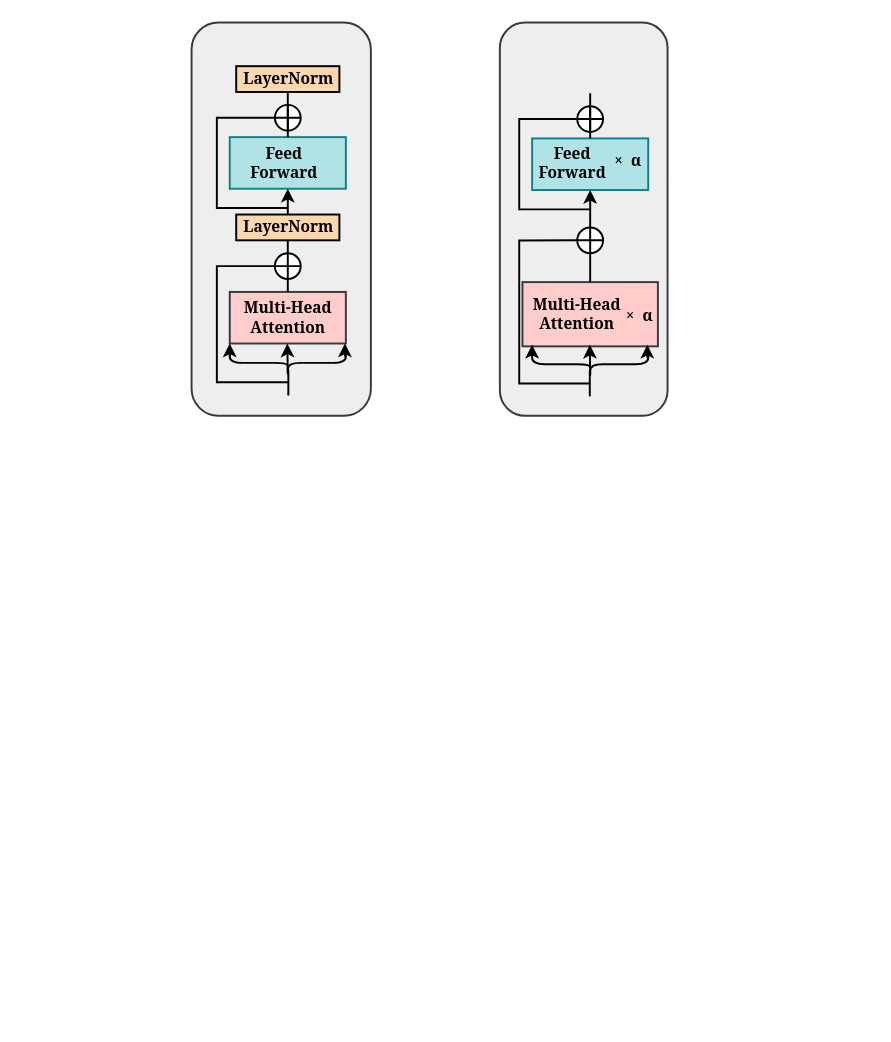
Above: page "过程" (6 of 6) of mypaper_model.drawio in 628014/628014.github.io (draw.io), before the change. Source tidied: cells renumbered, new cells numbered last; positions are measured from the earlier drawing's top-left corner, leaving out a move shared by most shapes. Both pictures are drawn from the tidied source at 129%, with x=0, y=0 at pixel (191, 22).
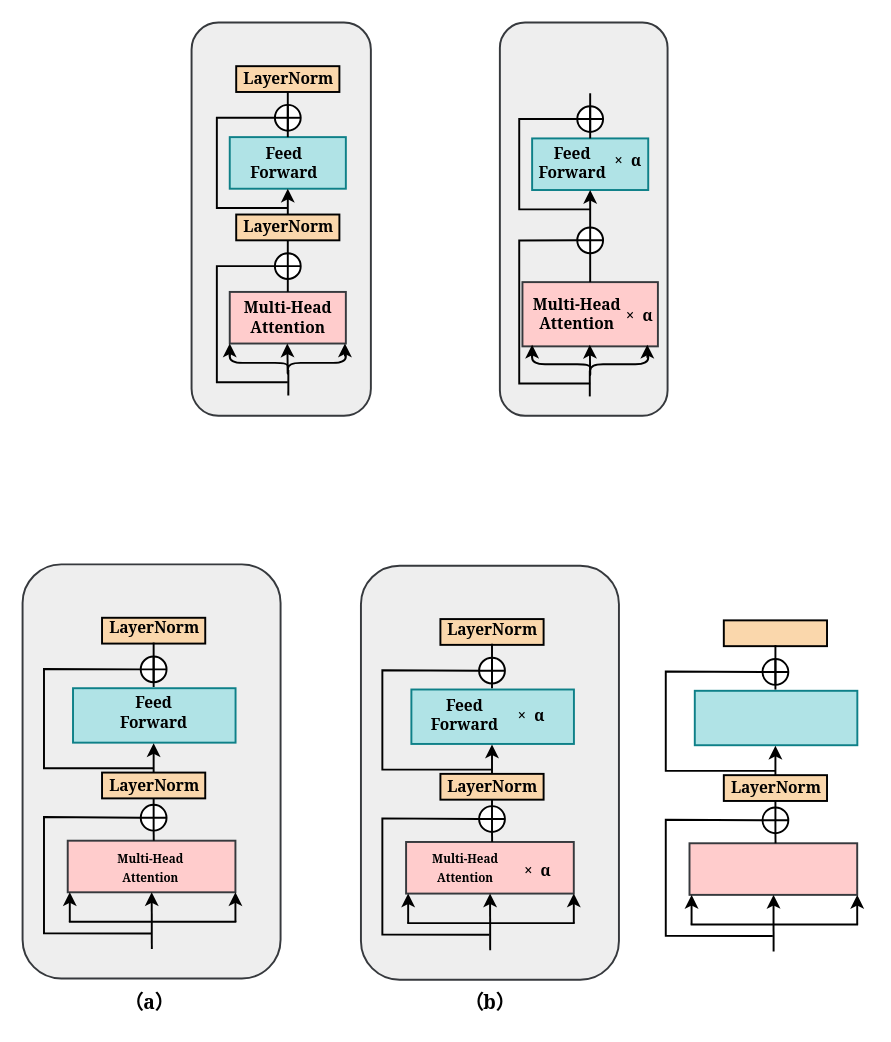
The same page after the edit.

Diff of the diagram source:
```diff
@@
+    <mxCell id="46" style="rounded=0;whiteSpace=wrap;html=1;fontFamily=Georgia;strokeWidth=1.5;fontStyle=1;fillColor=#FAD7AC;" parent="1" vertex="1">
+      <mxGeometry x="412.6" y="463.4" width="80" height="20" as="geometry" />
+    </mxCell>
+    <mxCell id="47" style="rounded=0;whiteSpace=wrap;html=1;fontFamily=Georgia;strokeWidth=1.5;fillColor=#ffcccc;strokeColor=#36393d;fontStyle=1;" parent="1" vertex="1">
+      <mxGeometry x="386" y="636.2" width="130" height="40" as="geometry" />
+    </mxCell>
+    <mxCell id="48" style="rounded=0;whiteSpace=wrap;html=1;fontFamily=Georgia;strokeWidth=1.5;fillColor=#b0e3e6;strokeColor=#0e8088;fontStyle=1;" parent="1" vertex="1">
+      <mxGeometry x="390.1" y="518" width="126" height="42.2" as="geometry" />
+    </mxCell>
+    <mxCell id="49" style="edgeStyle=orthogonalEdgeStyle;jettySize=auto;html=1;rounded=0;exitX=0.145;exitY=0.145;exitDx=0;exitDy=0;exitPerimeter=0;fontFamily=Georgia;strokeWidth=1.5;fontStyle=1;" parent="1" edge="1" source="50">
+      <mxGeometry relative="1" as="geometry">
+        <mxPoint x="452.6" y="560.6" as="targetPoint" />
+      </mxGeometry>
+    </mxCell>
+    <mxCell id="50" style="verticalLabelPosition=bottom;verticalAlign=top;html=1;shape=mxgraph.flowchart.or;rotation=45;fontFamily=Georgia;strokeWidth=1.5;fontStyle=1;" parent="1" vertex="1">
+      <mxGeometry x="442.6" y="608.4" width="20" height="20" as="geometry" />
+    </mxCell>
+    <mxCell id="51" style="rounded=0;whiteSpace=wrap;html=1;fontFamily=Georgia;strokeWidth=1.5;fontStyle=1;fillColor=#FAD7AC;" parent="1" vertex="1">
+      <mxGeometry x="412.6" y="583.4" width="80" height="20" as="geometry" />
+    </mxCell>
+    <mxCell id="52" style="endArrow=none;html=1;rounded=0;startArrow=none;fontFamily=Georgia;strokeWidth=1.5;fontStyle=1;" parent="1" edge="1">
+      <mxGeometry relative="1" as="geometry">
+        <mxPoint x="467.6" y="697.9" as="sourcePoint" />
+        <mxPoint x="467.6" y="697.9" as="targetPoint" />
+      </mxGeometry>
+    </mxCell>
+    <mxCell id="53" style="endArrow=none;html=1;rounded=0;fontFamily=Georgia;strokeWidth=1.5;fontStyle=1;" parent="1" edge="1">
+      <mxGeometry relative="1" as="geometry">
+        <mxPoint x="377.6" y="697.9" as="sourcePoint" />
+        <mxPoint x="377.6" y="697.9" as="targetPoint" />
+      </mxGeometry>
+    </mxCell>
+    <mxCell id="54" style="endArrow=none;html=1;rounded=0;exitX=0.145;exitY=0.855;exitDx=0;exitDy=0;exitPerimeter=0;fontFamily=Georgia;strokeWidth=1.5;fontStyle=1;" parent="1" edge="1" source="50">
+      <mxGeometry relative="1" as="geometry">
+        <mxPoint x="450.6" y="708.1" as="targetPoint" />
+        <Array as="points">
+          <mxPoint x="367.6" y="617.9" />
+          <mxPoint x="367.6" y="707.9" />
+        </Array>
+      </mxGeometry>
+    </mxCell>
+    <mxCell id="55" style="endArrow=none;html=1;shadow=0;curved=1;jumpStyle=line;exitX=0.282;exitY=-0.013;exitDx=0;exitDy=0;entryX=0.855;entryY=0.855;entryDx=0;entryDy=0;entryPerimeter=0;fontFamily=Georgia;strokeWidth=1.5;fontStyle=1;exitPerimeter=0;" parent="1" edge="1" target="50">
+      <mxGeometry relative="1" as="geometry">
+        <mxPoint x="452.7" y="636.2" as="sourcePoint" />
+      </mxGeometry>
+    </mxCell>
+    <mxCell id="56" style="verticalLabelPosition=bottom;verticalAlign=top;html=1;shape=mxgraph.flowchart.or;rotation=45;fontFamily=Georgia;strokeWidth=1.5;fontStyle=1;" parent="1" vertex="1">
+      <mxGeometry x="442.6" y="493.4" width="20" height="20" as="geometry" />
+    </mxCell>
+    <mxCell id="57" style="endArrow=none;html=1;shadow=0;curved=1;jumpStyle=line;entryX=0.5;entryY=1;entryDx=0;entryDy=0;fontFamily=Georgia;strokeWidth=1.5;fontStyle=1;exitX=0.496;exitY=-0.022;exitDx=0;exitDy=0;exitPerimeter=0;" parent="1" edge="1" source="48">
+      <mxGeometry relative="1" as="geometry">
+        <mxPoint x="452.6" y="482.6" as="targetPoint" />
+      </mxGeometry>
+    </mxCell>
+    <mxCell id="58" value="&lt;font style=&quot;font-size: 15px;&quot;&gt;&lt;b&gt;（a）&lt;/b&gt;&lt;/font&gt;" style="text;html=1;strokeColor=none;fillColor=none;align=center;verticalAlign=middle;whiteSpace=wrap;rounded=0;fontFamily=Georgia;fontSize=10;fontColor=#000000;" parent="1" vertex="1">
+      <mxGeometry x="-81.6" y="743" width="99.4" height="30" as="geometry" />
+    </mxCell>
+    <mxCell id="59" value="&lt;font style=&quot;font-size: 15px;&quot;&gt;&lt;b&gt;（b）&lt;/b&gt;&lt;/font&gt;" style="text;html=1;strokeColor=none;fillColor=none;align=center;verticalAlign=middle;whiteSpace=wrap;rounded=0;fontFamily=Georgia;fontSize=10;fontColor=#000000;" parent="1" vertex="1">
+      <mxGeometry x="181.6" y="743" width="99.4" height="30" as="geometry" />
+    </mxCell>
+    <mxCell id="60" value="LayerNorm" style="text;html=1;align=center;verticalAlign=middle;strokeColor=none;fillColor=none;fontFamily=Georgia;strokeWidth=1.5;fontStyle=1;" parent="1" vertex="1">
+      <mxGeometry x="410.6" y="585.4" width="85" height="18" as="geometry" />
+    </mxCell>
+    <mxCell id="61" style="endArrow=classic;html=1;rounded=0;exitX=0.1;exitY=0.5;exitDx=0;exitDy=0;exitPerimeter=0;fontFamily=Georgia;strokeWidth=1.5;fontStyle=1;" parent="1" edge="1">
+      <mxGeometry relative="1" as="geometry">
+        <mxPoint x="387.6" y="699.2" as="sourcePoint" />
+        <mxPoint x="387.6" y="676.2" as="targetPoint" />
+      </mxGeometry>
+    </mxCell>
+    <mxCell id="62" style="endArrow=none;html=1;rounded=0;fontFamily=Georgia;strokeWidth=1.5;fontStyle=1;" parent="1" edge="1">
+      <mxGeometry relative="1" as="geometry">
+        <mxPoint x="516.7" y="699.1" as="sourcePoint" />
+        <mxPoint x="386.9" y="699.1" as="targetPoint" />
+      </mxGeometry>
+    </mxCell>
+    <mxCell id="63" style="endArrow=classic;html=1;rounded=0;fontFamily=Georgia;strokeWidth=1.5;fontStyle=1;" parent="1" edge="1">
+      <mxGeometry relative="1" as="geometry">
+        <mxPoint x="451.2" y="720.1" as="sourcePoint" />
+        <mxPoint x="451.1" y="676.2" as="targetPoint" />
+      </mxGeometry>
+    </mxCell>
+    <mxCell id="64" style="endArrow=classic;html=1;rounded=0;exitX=0.1;exitY=0.5;exitDx=0;exitDy=0;exitPerimeter=0;fontFamily=Georgia;strokeWidth=1.5;fontStyle=1;" parent="1" edge="1">
+      <mxGeometry relative="1" as="geometry">
+        <mxPoint x="516" y="699.2" as="sourcePoint" />
+        <mxPoint x="516" y="676.2" as="targetPoint" />
+      </mxGeometry>
+    </mxCell>
+    <mxCell id="65" style="endArrow=none;html=1;rounded=0;exitX=0.145;exitY=0.855;exitDx=0;exitDy=0;exitPerimeter=0;fontFamily=Georgia;strokeWidth=1.5;fontStyle=1;" parent="1" edge="1" source="56">
+      <mxGeometry relative="1" as="geometry">
+        <mxPoint x="452.6" y="580.1" as="targetPoint" />
+        <Array as="points">
+          <mxPoint x="367.6" y="503.1" />
+          <mxPoint x="367.6" y="580.1" />
+        </Array>
+      </mxGeometry>
+    </mxCell>
+    <mxCell id="66" style="rounded=1;whiteSpace=wrap;html=1;fontFamily=Georgia;fontSize=10;strokeWidth=1.5;fillColor=#eeeeee;strokeColor=#36393d;fontStyle=1;" parent="1" vertex="1">
+      <mxGeometry x="-131" y="420" width="200" height="321" as="geometry" />
+    </mxCell>
+    <mxCell id="67" style="rounded=0;whiteSpace=wrap;html=1;fontFamily=Georgia;strokeWidth=1.5;fontStyle=1;fillColor=#FAD7AC;" parent="1" vertex="1">
+      <mxGeometry x="-69.4" y="461.4" width="80" height="20" as="geometry" />
+    </mxCell>
+    <mxCell id="68" style="rounded=0;whiteSpace=wrap;html=1;fontFamily=Georgia;strokeWidth=1.5;fillColor=#ffcccc;strokeColor=#36393d;fontStyle=1;" parent="1" vertex="1">
+      <mxGeometry x="-96" y="634.2" width="130" height="40" as="geometry" />
+    </mxCell>
+    <mxCell id="69" style="rounded=0;whiteSpace=wrap;html=1;fontFamily=Georgia;strokeWidth=1.5;fillColor=#b0e3e6;strokeColor=#0e8088;fontStyle=1;" parent="1" vertex="1">
+      <mxGeometry x="-91.9" y="516" width="126" height="42.2" as="geometry" />
+    </mxCell>
+    <mxCell id="70" style="edgeStyle=orthogonalEdgeStyle;jettySize=auto;html=1;rounded=0;exitX=0.145;exitY=0.145;exitDx=0;exitDy=0;exitPerimeter=0;fontFamily=Georgia;strokeWidth=1.5;fontStyle=1;" parent="1" edge="1" source="71">
+      <mxGeometry relative="1" as="geometry">
+        <mxPoint x="-29.4" y="558.6" as="targetPoint" />
+      </mxGeometry>
+    </mxCell>
+    <mxCell id="71" style="verticalLabelPosition=bottom;verticalAlign=top;html=1;shape=mxgraph.flowchart.or;rotation=45;fontFamily=Georgia;strokeWidth=1.5;fontStyle=1;" parent="1" vertex="1">
+      <mxGeometry x="-39.4" y="606.4" width="20" height="20" as="geometry" />
+    </mxCell>
+    <mxCell id="72" style="rounded=0;whiteSpace=wrap;html=1;fontFamily=Georgia;strokeWidth=1.5;fontStyle=1;fillColor=#FAD7AC;" parent="1" vertex="1">
+      <mxGeometry x="-69.4" y="581.4" width="80" height="20" as="geometry" />
+    </mxCell>
+    <mxCell id="73" style="endArrow=none;html=1;rounded=0;startArrow=none;fontFamily=Georgia;strokeWidth=1.5;fontStyle=1;" parent="1" edge="1">
+      <mxGeometry relative="1" as="geometry">
+        <mxPoint x="-14.4" y="695.9" as="sourcePoint" />
+        <mxPoint x="-14.4" y="695.9" as="targetPoint" />
+      </mxGeometry>
+    </mxCell>
+    <mxCell id="74" style="endArrow=none;html=1;rounded=0;fontFamily=Georgia;strokeWidth=1.5;fontStyle=1;" parent="1" edge="1">
+      <mxGeometry relative="1" as="geometry">
+        <mxPoint x="-104.4" y="695.9" as="sourcePoint" />
+        <mxPoint x="-104.4" y="695.9" as="targetPoint" />
+      </mxGeometry>
+    </mxCell>
+    <mxCell id="75" style="endArrow=none;html=1;rounded=0;exitX=0.145;exitY=0.855;exitDx=0;exitDy=0;exitPerimeter=0;fontFamily=Georgia;strokeWidth=1.5;fontStyle=1;" parent="1" edge="1" source="71">
+      <mxGeometry relative="1" as="geometry">
+        <mxPoint x="-31.4" y="706.1" as="targetPoint" />
+        <Array as="points">
+          <mxPoint x="-114.4" y="615.9" />
+          <mxPoint x="-114.4" y="705.9" />
+        </Array>
+      </mxGeometry>
+    </mxCell>
+    <mxCell id="76" style="endArrow=none;html=1;shadow=0;curved=1;jumpStyle=line;exitX=0.282;exitY=-0.013;exitDx=0;exitDy=0;entryX=0.855;entryY=0.855;entryDx=0;entryDy=0;entryPerimeter=0;fontFamily=Georgia;strokeWidth=1.5;fontStyle=1;exitPerimeter=0;" parent="1" edge="1" target="71">
+      <mxGeometry relative="1" as="geometry">
+        <mxPoint x="-29.3" y="634.2" as="sourcePoint" />
+      </mxGeometry>
+    </mxCell>
+    <mxCell id="77" style="verticalLabelPosition=bottom;verticalAlign=top;html=1;shape=mxgraph.flowchart.or;rotation=45;fontFamily=Georgia;strokeWidth=1.5;fontStyle=1;" parent="1" vertex="1">
+      <mxGeometry x="-39.4" y="491.4" width="20" height="20" as="geometry" />
+    </mxCell>
+    <mxCell id="78" style="endArrow=none;html=1;shadow=0;curved=1;jumpStyle=line;entryX=0.5;entryY=1;entryDx=0;entryDy=0;fontFamily=Georgia;strokeWidth=1.5;fontStyle=1;exitX=0.496;exitY=-0.022;exitDx=0;exitDy=0;exitPerimeter=0;" parent="1" edge="1" source="69">
+      <mxGeometry relative="1" as="geometry">
+        <mxPoint x="-29.4" y="480.6" as="targetPoint" />
+      </mxGeometry>
+    </mxCell>
+    <mxCell id="79" value="&lt;font style=&quot;font-size: 9px;&quot;&gt;Multi-Head Attention&lt;/font&gt;" style="text;html=1;strokeColor=none;fillColor=none;align=center;verticalAlign=middle;whiteSpace=wrap;rounded=0;fontFamily=Georgia;strokeWidth=1.5;fontStyle=1;" parent="1" vertex="1">
+      <mxGeometry x="-71.4" y="645.4" width="79" height="20" as="geometry" />
+    </mxCell>
+    <mxCell id="80" value="Feed Forward" style="text;html=1;strokeColor=none;fillColor=none;align=center;verticalAlign=middle;whiteSpace=wrap;rounded=0;fontFamily=Georgia;strokeWidth=1.5;fontStyle=1;" parent="1" vertex="1">
+      <mxGeometry x="-54.4" y="524.4" width="50" height="20.8" as="geometry" />
+    </mxCell>
+    <mxCell id="81" value="LayerNorm" style="text;html=1;align=center;verticalAlign=middle;strokeColor=none;fillColor=none;fontFamily=Georgia;strokeWidth=1.5;fontStyle=1;" parent="1" vertex="1">
+      <mxGeometry x="-71.9" y="461.4" width="85" height="18" as="geometry" />
+    </mxCell>
+    <mxCell id="82" value="LayerNorm" style="text;html=1;align=center;verticalAlign=middle;strokeColor=none;fillColor=none;fontFamily=Georgia;strokeWidth=1.5;fontStyle=1;" parent="1" vertex="1">
+      <mxGeometry x="-71.4" y="583.4" width="85" height="18" as="geometry" />
+    </mxCell>
+    <mxCell id="83" style="endArrow=classic;html=1;rounded=0;exitX=0.1;exitY=0.5;exitDx=0;exitDy=0;exitPerimeter=0;fontFamily=Georgia;strokeWidth=1.5;fontStyle=1;" parent="1" edge="1">
+      <mxGeometry relative="1" as="geometry">
+        <mxPoint x="-94.4" y="697.2" as="sourcePoint" />
+        <mxPoint x="-94.4" y="674.2" as="targetPoint" />
+      </mxGeometry>
+    </mxCell>
+    <mxCell id="84" style="endArrow=none;html=1;rounded=0;fontFamily=Georgia;strokeWidth=1.5;fontStyle=1;" parent="1" edge="1">
+      <mxGeometry relative="1" as="geometry">
+        <mxPoint x="34.7" y="697.1" as="sourcePoint" />
+        <mxPoint x="-95.1" y="697.1" as="targetPoint" />
+      </mxGeometry>
+    </mxCell>
+    <mxCell id="85" style="endArrow=classic;html=1;rounded=0;fontFamily=Georgia;strokeWidth=1.5;fontStyle=1;" parent="1" edge="1">
+      <mxGeometry relative="1" as="geometry">
+        <mxPoint x="-30.8" y="718.1" as="sourcePoint" />
+        <mxPoint x="-30.9" y="674.2" as="targetPoint" />
+      </mxGeometry>
+    </mxCell>
+    <mxCell id="86" style="endArrow=classic;html=1;rounded=0;exitX=0.1;exitY=0.5;exitDx=0;exitDy=0;exitPerimeter=0;fontFamily=Georgia;strokeWidth=1.5;fontStyle=1;" parent="1" edge="1">
+      <mxGeometry relative="1" as="geometry">
+        <mxPoint x="34" y="697.2" as="sourcePoint" />
+        <mxPoint x="34" y="674.2" as="targetPoint" />
+      </mxGeometry>
+    </mxCell>
+    <mxCell id="87" style="endArrow=none;html=1;rounded=0;exitX=0.145;exitY=0.855;exitDx=0;exitDy=0;exitPerimeter=0;fontFamily=Georgia;strokeWidth=1.5;fontStyle=1;" parent="1" edge="1" source="77">
+      <mxGeometry relative="1" as="geometry">
+        <mxPoint x="-29.4" y="578.1" as="targetPoint" />
+        <Array as="points">
+          <mxPoint x="-114.4" y="501.1" />
+          <mxPoint x="-114.4" y="578.1" />
+        </Array>
+      </mxGeometry>
+    </mxCell>
+    <mxCell id="88" style="rounded=1;whiteSpace=wrap;html=1;fontFamily=Georgia;fontSize=10;strokeWidth=1.5;fillColor=#eeeeee;strokeColor=#36393d;fontStyle=1;" parent="1" vertex="1">
+      <mxGeometry x="131.3" y="421" width="200" height="321" as="geometry" />
+    </mxCell>
+    <mxCell id="89" style="rounded=0;whiteSpace=wrap;html=1;fontFamily=Georgia;strokeWidth=1.5;fontStyle=1;fillColor=#FAD7AC;" parent="1" vertex="1">
+      <mxGeometry x="192.9" y="462.4" width="80" height="20" as="geometry" />
+    </mxCell>
+    <mxCell id="90" style="rounded=0;whiteSpace=wrap;html=1;fontFamily=Georgia;strokeWidth=1.5;fillColor=#ffcccc;strokeColor=#36393d;fontStyle=1;" parent="1" vertex="1">
+      <mxGeometry x="166.3" y="635.2" width="130" height="40" as="geometry" />
+    </mxCell>
+    <mxCell id="91" style="rounded=0;whiteSpace=wrap;html=1;fontFamily=Georgia;strokeWidth=1.5;fillColor=#b0e3e6;strokeColor=#0e8088;fontStyle=1;" parent="1" vertex="1">
+      <mxGeometry x="170.4" y="517" width="126" height="42.2" as="geometry" />
+    </mxCell>
+    <mxCell id="92" style="edgeStyle=orthogonalEdgeStyle;jettySize=auto;html=1;rounded=0;exitX=0.145;exitY=0.145;exitDx=0;exitDy=0;exitPerimeter=0;fontFamily=Georgia;strokeWidth=1.5;fontStyle=1;" parent="1" edge="1" source="93">
+      <mxGeometry relative="1" as="geometry">
+        <mxPoint x="232.9" y="559.6" as="targetPoint" />
+      </mxGeometry>
+    </mxCell>
+    <mxCell id="93" style="verticalLabelPosition=bottom;verticalAlign=top;html=1;shape=mxgraph.flowchart.or;rotation=45;fontFamily=Georgia;strokeWidth=1.5;fontStyle=1;" parent="1" vertex="1">
+      <mxGeometry x="222.9" y="607.4" width="20" height="20" as="geometry" />
+    </mxCell>
+    <mxCell id="94" style="rounded=0;whiteSpace=wrap;html=1;fontFamily=Georgia;strokeWidth=1.5;fontStyle=1;fillColor=#FAD7AC;" parent="1" vertex="1">
+      <mxGeometry x="192.9" y="582.4" width="80" height="20" as="geometry" />
+    </mxCell>
+    <mxCell id="95" style="endArrow=none;html=1;rounded=0;startArrow=none;fontFamily=Georgia;strokeWidth=1.5;fontStyle=1;" parent="1" edge="1">
+      <mxGeometry relative="1" as="geometry">
+        <mxPoint x="247.9" y="696.9" as="sourcePoint" />
+        <mxPoint x="247.9" y="696.9" as="targetPoint" />
+      </mxGeometry>
+    </mxCell>
+    <mxCell id="96" style="endArrow=none;html=1;rounded=0;fontFamily=Georgia;strokeWidth=1.5;fontStyle=1;" parent="1" edge="1">
+      <mxGeometry relative="1" as="geometry">
+        <mxPoint x="157.9" y="696.9" as="sourcePoint" />
+        <mxPoint x="157.9" y="696.9" as="targetPoint" />
+      </mxGeometry>
+    </mxCell>
+    <mxCell id="97" style="endArrow=none;html=1;rounded=0;exitX=0.145;exitY=0.855;exitDx=0;exitDy=0;exitPerimeter=0;fontFamily=Georgia;strokeWidth=1.5;fontStyle=1;" parent="1" edge="1" source="93">
+      <mxGeometry relative="1" as="geometry">
+        <mxPoint x="230.9" y="707.1" as="targetPoint" />
+        <Array as="points">
+          <mxPoint x="147.9" y="616.9" />
+          <mxPoint x="147.9" y="706.9" />
+        </Array>
+      </mxGeometry>
+    </mxCell>
+    <mxCell id="98" style="endArrow=none;html=1;shadow=0;curved=1;jumpStyle=line;exitX=0.282;exitY=-0.013;exitDx=0;exitDy=0;entryX=0.855;entryY=0.855;entryDx=0;entryDy=0;entryPerimeter=0;fontFamily=Georgia;strokeWidth=1.5;fontStyle=1;exitPerimeter=0;" parent="1" edge="1" target="93">
+      <mxGeometry relative="1" as="geometry">
+        <mxPoint x="233" y="635.2" as="sourcePoint" />
+      </mxGeometry>
+    </mxCell>
+    <mxCell id="99" style="verticalLabelPosition=bottom;verticalAlign=top;html=1;shape=mxgraph.flowchart.or;rotation=45;fontFamily=Georgia;strokeWidth=1.5;fontStyle=1;" parent="1" vertex="1">
+      <mxGeometry x="222.9" y="492.4" width="20" height="20" as="geometry" />
+    </mxCell>
+    <mxCell id="100" style="endArrow=none;html=1;shadow=0;curved=1;jumpStyle=line;entryX=0.5;entryY=1;entryDx=0;entryDy=0;fontFamily=Georgia;strokeWidth=1.5;fontStyle=1;exitX=0.496;exitY=-0.022;exitDx=0;exitDy=0;exitPerimeter=0;" parent="1" edge="1" source="91">
+      <mxGeometry relative="1" as="geometry">
+        <mxPoint x="232.9" y="481.6" as="targetPoint" />
+      </mxGeometry>
+    </mxCell>
+    <mxCell id="101" value="&lt;font style=&quot;font-size: 9px;&quot;&gt;Multi-Head Attention&lt;/font&gt;" style="text;html=1;strokeColor=none;fillColor=none;align=center;verticalAlign=middle;whiteSpace=wrap;rounded=0;fontFamily=Georgia;strokeWidth=1.5;fontStyle=1;" parent="1" vertex="1">
+      <mxGeometry x="173.4" y="645.2" width="79" height="20" as="geometry" />
+    </mxCell>
+    <mxCell id="102" value="Feed Forward" style="text;html=1;strokeColor=none;fillColor=none;align=center;verticalAlign=middle;whiteSpace=wrap;rounded=0;fontFamily=Georgia;strokeWidth=1.5;fontStyle=1;" parent="1" vertex="1">
+      <mxGeometry x="186.9" y="526.4" width="50" height="20.8" as="geometry" />
+    </mxCell>
+    <mxCell id="103" value="&lt;i&gt;×&lt;/i&gt;&amp;nbsp;&amp;nbsp;α" style="text;html=1;strokeColor=none;fillColor=none;align=center;verticalAlign=middle;whiteSpace=wrap;rounded=0;fontFamily=Georgia;strokeWidth=1.5;fontStyle=1;" parent="1" vertex="1">
+      <mxGeometry x="252.4" y="525.9" width="23" height="24.5" as="geometry" />
+    </mxCell>
+    <mxCell id="104" value="&lt;i&gt;×&lt;/i&gt;&amp;nbsp;&amp;nbsp;α" style="text;html=1;strokeColor=none;fillColor=none;align=center;verticalAlign=middle;whiteSpace=wrap;rounded=0;fontFamily=Georgia;strokeWidth=1.5;fontStyle=1;" parent="1" vertex="1">
+      <mxGeometry x="260.9" y="645.6" width="15" height="24.5" as="geometry" />
+    </mxCell>
+    <mxCell id="105" value="LayerNorm" style="text;html=1;align=center;verticalAlign=middle;strokeColor=none;fillColor=none;fontFamily=Georgia;strokeWidth=1.5;fontStyle=1;" parent="1" vertex="1">
+      <mxGeometry x="190.4" y="462.4" width="85" height="18" as="geometry" />
+    </mxCell>
+    <mxCell id="106" value="LayerNorm" style="text;html=1;align=center;verticalAlign=middle;strokeColor=none;fillColor=none;fontFamily=Georgia;strokeWidth=1.5;fontStyle=1;" parent="1" vertex="1">
+      <mxGeometry x="190.9" y="584.4" width="85" height="18" as="geometry" />
+    </mxCell>
+    <mxCell id="107" style="endArrow=classic;html=1;rounded=0;exitX=0.1;exitY=0.5;exitDx=0;exitDy=0;exitPerimeter=0;fontFamily=Georgia;strokeWidth=1.5;fontStyle=1;" parent="1" edge="1">
+      <mxGeometry relative="1" as="geometry">
+        <mxPoint x="167.9" y="698.2" as="sourcePoint" />
+        <mxPoint x="167.9" y="675.2" as="targetPoint" />
+      </mxGeometry>
+    </mxCell>
+    <mxCell id="108" style="endArrow=none;html=1;rounded=0;fontFamily=Georgia;strokeWidth=1.5;fontStyle=1;" parent="1" edge="1">
+      <mxGeometry relative="1" as="geometry">
+        <mxPoint x="297" y="698.1" as="sourcePoint" />
+        <mxPoint x="167.2" y="698.1" as="targetPoint" />
+      </mxGeometry>
+    </mxCell>
+    <mxCell id="109" style="endArrow=classic;html=1;rounded=0;fontFamily=Georgia;strokeWidth=1.5;fontStyle=1;" parent="1" edge="1">
+      <mxGeometry relative="1" as="geometry">
+        <mxPoint x="231.5" y="719.1" as="sourcePoint" />
+        <mxPoint x="231.4" y="675.2" as="targetPoint" />
+      </mxGeometry>
+    </mxCell>
+    <mxCell id="110" style="endArrow=classic;html=1;rounded=0;exitX=0.1;exitY=0.5;exitDx=0;exitDy=0;exitPerimeter=0;fontFamily=Georgia;strokeWidth=1.5;fontStyle=1;" parent="1" edge="1">
+      <mxGeometry relative="1" as="geometry">
+        <mxPoint x="296.3" y="698.2" as="sourcePoint" />
+        <mxPoint x="296.3" y="675.2" as="targetPoint" />
+      </mxGeometry>
+    </mxCell>
+    <mxCell id="111" style="endArrow=none;html=1;rounded=0;exitX=0.145;exitY=0.855;exitDx=0;exitDy=0;exitPerimeter=0;fontFamily=Georgia;strokeWidth=1.5;fontStyle=1;" parent="1" edge="1" source="99">
+      <mxGeometry relative="1" as="geometry">
+        <mxPoint x="232.9" y="579.1" as="targetPoint" />
+        <Array as="points">
+          <mxPoint x="147.9" y="502.1" />
+          <mxPoint x="147.9" y="579.1" />
+        </Array>
+      </mxGeometry>
+    </mxCell>
```
